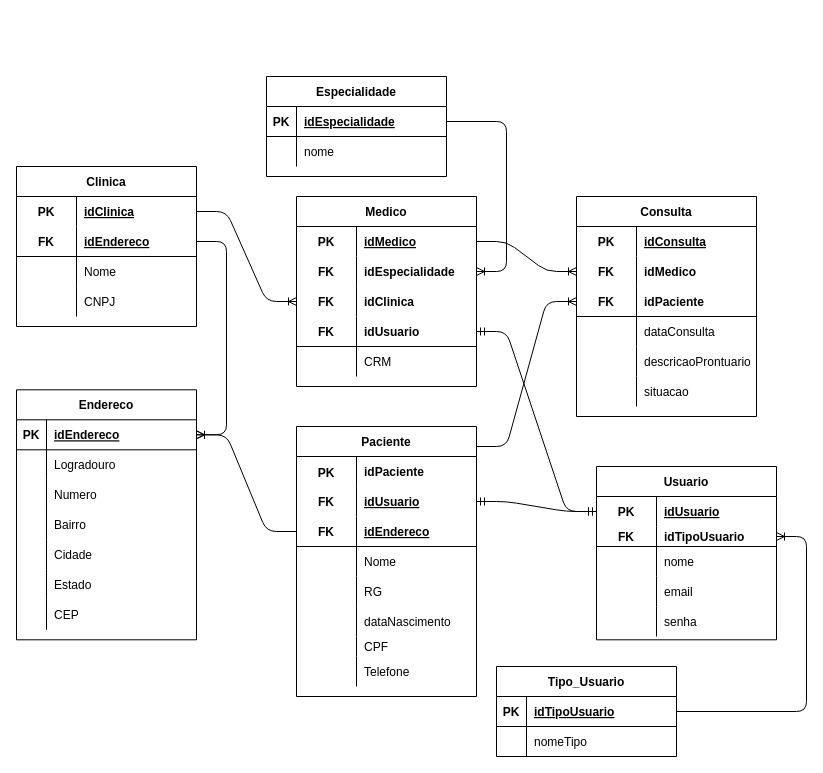
This is page "Modelo Lógico" (2 of 3) of 2° Termo/SpMedGroup/1 - DataBase/Modelagem/modelagem-db.drawio from EMarcolino/senaiDev, a draw.io file, before an edit. Source tidied: cells renumbered, new cells numbered last; positions are measured from the earlier drawing's top-left corner, leaving out a move shared by most shapes. Both pictures are drawn from the tidied source at 100%, with x=0, y=0 at pixel (16, 76).
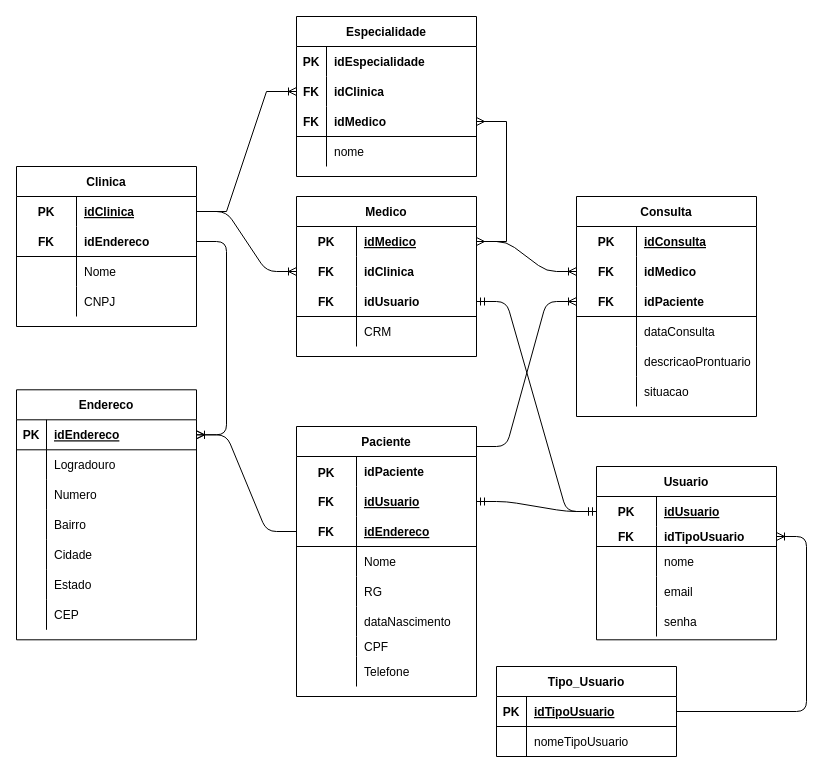
After the change.

Unchanged cells that the change refers to:
```xml
<mxCell id="25" style="shape=partialRectangle;fillColor=none;top=0;left=0;bottom=0;right=0;" parent="21" vertex="1">
  <mxGeometry y="60" width="180" height="30" as="geometry" />
</mxCell>
<mxCell id="29" style="shape=partialRectangle;fillColor=none;top=0;left=0;bottom=0;right=0;points=[[0,0.5],[1,0.5]];portConstraint=eastwest;" parent="28" vertex="1">
  <mxGeometry y="30" width="180" height="30" as="geometry" />
</mxCell>
<mxCell id="102" style="shape=partialRectangle;fillColor=none;top=0;left=0;bottom=0;right=0;points=[[0,0.5],[1,0.5]];portConstraint=eastwest;" parent="101" vertex="1">
  <mxGeometry y="30" width="180" height="30" as="geometry" />
</mxCell>
<mxCell id="105" style="shape=partialRectangle;fillColor=none;top=0;left=0;bottom=1;right=0;points=[[0,0.5],[1,0.5]];portConstraint=eastwest;" parent="101" vertex="1">
  <mxGeometry y="60" width="180" height="30" as="geometry" />
</mxCell>
```

Change to the diagram source:
```diff
@@
-    <mxCell id="27" value="nomeTipo" style="shape=partialRectangle;fillColor=none;top=0;left=0;bottom=0;right=0;align=left;spacingLeft=6;overflow=hidden;" parent="25" vertex="1">
+    <mxCell id="27" value="nomeTipoUsuario" style="shape=partialRectangle;fillColor=none;top=0;left=0;bottom=0;right=0;align=left;spacingLeft=6;overflow=hidden;" parent="25" vertex="1">
       <mxGeometry x="30" width="150" height="30" as="geometry" />
     </mxCell>
     <mxCell id="28" value="Medico" style="shape=table;startSize=30;childLayout=tableLayout;rowLines=0;fontStyle=1;align=center;" parent="1" vertex="1">
-      <mxGeometry x="280" y="120" width="180" height="190" as="geometry" />
+      <mxGeometry x="280" y="120" width="180" height="160" as="geometry" />
     </mxCell>
@@
-    <mxCell id="32" style="shape=partialRectangle;fillColor=none;top=0;left=0;bottom=0;right=0;points=[[0,0.5],[1,0.5]];portConstraint=eastwest;" parent="28" vertex="1">
-      <mxGeometry y="60" width="180" height="30" as="geometry" />
-    </mxCell>
-    <mxCell id="33" value="FK" style="shape=partialRectangle;fillColor=none;top=0;left=0;bottom=0;right=0;fontStyle=1;overflow=hidden;" parent="32" vertex="1">
-      <mxGeometry width="60" height="30" as="geometry" />
-    </mxCell>
-    <mxCell id="34" value="idEspecialidade" style="shape=partialRectangle;fillColor=none;top=0;left=0;bottom=0;right=0;align=left;spacingLeft=6;fontStyle=1;overflow=hidden;" parent="32" vertex="1">
-      <mxGeometry x="60" width="120" height="30" as="geometry" />
-    </mxCell>
     <mxCell id="35" style="shape=partialRectangle;fillColor=none;top=0;left=0;bottom=0;right=0;points=[[0,0.5],[1,0.5]];portConstraint=eastwest;" parent="28" vertex="1">
-      <mxGeometry y="90" width="180" height="30" as="geometry" />
+      <mxGeometry y="60" width="180" height="30" as="geometry" />
     </mxCell>
@@
     <mxCell id="38" style="shape=partialRectangle;fillColor=none;top=0;left=0;bottom=1;right=0;points=[[0,0.5],[1,0.5]];portConstraint=eastwest;" parent="28" vertex="1">
-      <mxGeometry y="120" width="180" height="30" as="geometry" />
+      <mxGeometry y="90" width="180" height="30" as="geometry" />
     </mxCell>
@@
     <mxCell id="41" style="shape=partialRectangle;fillColor=none;top=0;left=0;bottom=0;right=0;" parent="28" vertex="1">
-      <mxGeometry y="150" width="180" height="30" as="geometry" />
+      <mxGeometry y="120" width="180" height="30" as="geometry" />
     </mxCell>
@@
-    <mxCell id="47" style="edgeStyle=entityRelationEdgeStyle;fontSize=12;html=1;endArrow=ERoneToMany;" parent="1" edge="1" source="49" target="32">
-      <mxGeometry relative="1" as="geometry" />
-    </mxCell>
     <mxCell id="48" value="Especialidade" style="shape=table;startSize=30;childLayout=tableLayout;rowLines=0;fontStyle=1;align=center;" parent="1" vertex="1">
-      <mxGeometry x="250" width="180" height="100" as="geometry" />
+      <mxGeometry x="280" y="-60" width="180" height="160" as="geometry" />
     </mxCell>
+    <mxCell id="138" style="shape=partialRectangle;fillColor=none;top=0;left=0;bottom=0;right=0;" parent="48" vertex="1">
+      <mxGeometry y="30" width="180" height="30" as="geometry" />
+    </mxCell>
+    <mxCell id="139" value="PK" style="shape=partialRectangle;fillColor=none;top=0;left=0;bottom=0;right=0;fontStyle=1;overflow=hidden;" parent="138" vertex="1">
+      <mxGeometry width="30" height="30" as="geometry" />
+    </mxCell>
+    <mxCell id="34" value="idEspecialidade" style="shape=partialRectangle;fillColor=none;top=0;left=0;bottom=0;right=0;align=left;spacingLeft=6;fontStyle=1;overflow=hidden;" parent="138" vertex="1">
+      <mxGeometry x="30" width="150" height="30" as="geometry" />
+    </mxCell>
+    <mxCell id="32" style="shape=partialRectangle;fillColor=none;top=0;left=0;bottom=0;right=0;points=[[0,0.5],[1,0.5]];portConstraint=eastwest;" parent="48" vertex="1">
+      <mxGeometry y="60" width="180" height="30" as="geometry" />
+    </mxCell>
+    <mxCell id="33" value="FK" style="shape=partialRectangle;fillColor=none;top=0;left=0;bottom=0;right=0;fontStyle=1;overflow=hidden;" parent="32" vertex="1">
+      <mxGeometry width="30" height="30" as="geometry" />
+    </mxCell>
+    <mxCell id="140" value="idClinica" style="shape=partialRectangle;fillColor=none;top=0;left=0;bottom=0;right=0;align=left;spacingLeft=6;fontStyle=1;overflow=hidden;" parent="32" vertex="1">
+      <mxGeometry x="30" width="150" height="30" as="geometry" />
+    </mxCell>
     <mxCell id="49" style="shape=partialRectangle;fillColor=none;top=0;left=0;bottom=1;right=0;points=[[0,0.5],[1,0.5]];portConstraint=eastwest;" parent="48" vertex="1">
-      <mxGeometry y="30" width="180" height="30" as="geometry" />
+      <mxGeometry y="90" width="180" height="30" as="geometry" />
     </mxCell>
-    <mxCell id="50" value="PK" style="shape=partialRectangle;fillColor=none;top=0;left=0;bottom=0;right=0;fontStyle=1;overflow=hidden;" parent="49" vertex="1">
+    <mxCell id="50" value="FK" style="shape=partialRectangle;fillColor=none;top=0;left=0;bottom=0;right=0;fontStyle=1;overflow=hidden;" parent="49" vertex="1">
       <mxGeometry width="30" height="30" as="geometry" />
     </mxCell>
-    <mxCell id="51" value="idEspecialidade" style="shape=partialRectangle;fillColor=none;top=0;left=0;bottom=0;right=0;align=left;spacingLeft=6;fontStyle=5;overflow=hidden;" parent="49" vertex="1">
+    <mxCell id="51" value="idMedico" style="shape=partialRectangle;fillColor=none;top=0;left=0;bottom=0;right=0;align=left;spacingLeft=6;fontStyle=1;overflow=hidden;" parent="49" vertex="1">
       <mxGeometry x="30" width="150" height="30" as="geometry" />
     </mxCell>
     <mxCell id="52" style="shape=partialRectangle;fillColor=none;top=0;left=0;bottom=0;right=0;" parent="48" vertex="1">
-      <mxGeometry y="60" width="180" height="30" as="geometry" />
+      <mxGeometry y="120" width="180" height="30" as="geometry" />
     </mxCell>
@@
-    <mxCell id="107" value="idEndereco" style="shape=partialRectangle;fillColor=none;top=0;left=0;bottom=0;right=0;align=left;spacingLeft=6;fontStyle=5;overflow=hidden;" parent="105" vertex="1">
+    <mxCell id="107" value="idEndereco" style="shape=partialRectangle;fillColor=none;top=0;left=0;bottom=0;right=0;align=left;spacingLeft=6;fontStyle=1;overflow=hidden;" parent="105" vertex="1">
       <mxGeometry x="60" width="120" height="30" as="geometry" />
     </mxCell>
@@
+    <mxCell id="141" style="edgeStyle=entityRelationEdgeStyle;fontSize=12;html=1;endArrow=ERoneToMany;rounded=0;exitX=1;exitY=0.5;exitDx=0;exitDy=0;" parent="1" edge="1" source="102" target="32">
+      <mxGeometry relative="1" as="geometry" />
+    </mxCell>
+    <mxCell id="142" style="edgeStyle=entityRelationEdgeStyle;fontSize=12;html=1;endArrow=ERmany;startArrow=ERmany;rounded=0;exitX=1;exitY=0.5;exitDx=0;exitDy=0;entryX=1;entryY=0.5;entryDx=0;entryDy=0;" parent="1" edge="1" source="29" target="49">
+      <mxGeometry relative="1" as="geometry" />
+    </mxCell>
```
